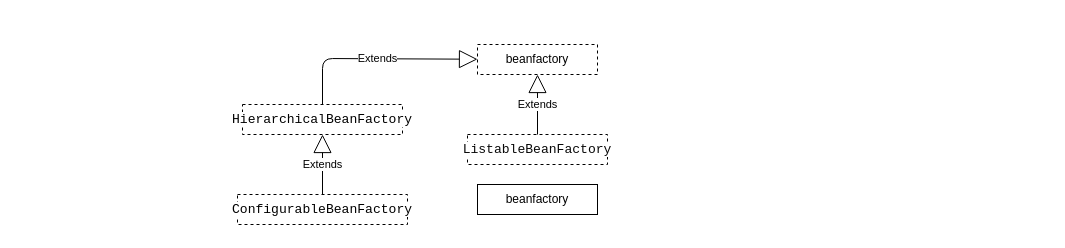
Above: springframework.drawio in haitao1325/testGit (draw.io), before the change. Source tidied: cells renumbered, new cells numbered last; positions are measured from the earlier drawing's top-left corner, leaving out a move shared by most shapes. Both pictures are drawn from the tidied source at 100%, with x=0, y=0 at pixel (237, 44).
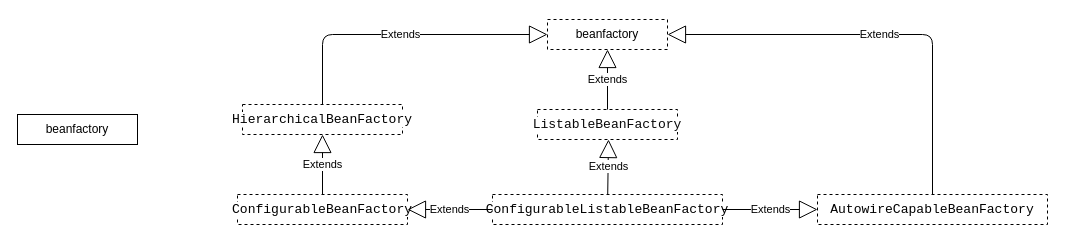
The same diagram, later.

Change to the diagram source:
```diff
@@
 <mxGraphModel>
   <root>
     <mxCell id="0" />
     <mxCell id="1" parent="0" />
     <mxCell id="2" value="beanfactory" style="rounded=0;whiteSpace=wrap;html=1;dashed=1;" parent="1" vertex="1">
-      <mxGeometry x="240" width="120" height="30" as="geometry" />
+      <mxGeometry x="310" y="-25" width="120" height="30" as="geometry" />
     </mxCell>
     <mxCell id="3" value="beanfactory" style="rounded=0;whiteSpace=wrap;html=1;" parent="1" vertex="1">
-      <mxGeometry x="240" y="140" width="120" height="30" as="geometry" />
+      <mxGeometry x="-220" y="70" width="120" height="30" as="geometry" />
     </mxCell>
     <mxCell id="4" value="&lt;pre style=&quot;text-align: left ; background-color: rgb(255 , 255 , 255) ; color: rgb(8 , 8 , 8) ; font-family: &amp;#34;jetbrains mono&amp;#34; , monospace ; font-size: 9.8pt&quot;&gt;ListableBeanFactory&lt;/pre&gt;" style="rounded=0;whiteSpace=wrap;html=1;dashed=1;" parent="1" vertex="1">
-      <mxGeometry x="230" y="90" width="140" height="30" as="geometry" />
+      <mxGeometry x="300" y="65" width="140" height="30" as="geometry" />
     </mxCell>
     <mxCell id="5" value="Extends" style="endArrow=block;endSize=16;endFill=0;html=1;exitX=0.5;exitY=0;exitDx=0;exitDy=0;entryX=0.5;entryY=1;entryDx=0;entryDy=0;" parent="1" edge="1" source="4" target="2">
       <mxGeometry relative="1" as="geometry" />
     </mxCell>
     <mxCell id="6" value="&lt;pre style=&quot;text-align: left ; background-color: rgb(255 , 255 , 255) ; color: rgb(8 , 8 , 8) ; font-family: &amp;#34;jetbrains mono&amp;#34; , monospace ; font-size: 9.8pt&quot;&gt;&lt;span style=&quot;color: rgb(0 , 0 , 0)&quot;&gt;HierarchicalBeanFactory&lt;/span&gt;&lt;/pre&gt;" style="rounded=0;whiteSpace=wrap;html=1;dashed=1;" parent="1" vertex="1">
       <mxGeometry x="5" y="60" width="160" height="30" as="geometry" />
     </mxCell>
     <mxCell id="7" value="&lt;pre style=&quot;text-align: left ; background-color: rgb(255 , 255 , 255) ; color: rgb(8 , 8 , 8) ; font-family: &amp;#34;jetbrains mono&amp;#34; , monospace ; font-size: 9.8pt&quot;&gt;&lt;pre style=&quot;font-family: &amp;#34;jetbrains mono&amp;#34; , monospace ; font-size: 9.8pt&quot;&gt;&lt;span style=&quot;color: rgb(0 , 0 , 0)&quot;&gt;ConfigurableBeanFactory&lt;/span&gt;&lt;/pre&gt;&lt;/pre&gt;" style="rounded=0;whiteSpace=wrap;html=1;dashed=1;" parent="1" vertex="1">
       <mxGeometry y="150" width="170" height="30" as="geometry" />
     </mxCell>
     <mxCell id="8" value="Extends" style="endArrow=block;endSize=16;endFill=0;html=1;entryX=0.5;entryY=1;entryDx=0;entryDy=0;" parent="1" edge="1" source="7" target="6">
       <mxGeometry relative="1" as="geometry" />
     </mxCell>
     <mxCell id="9" value="Extends" style="endArrow=block;endSize=16;endFill=0;html=1;exitX=0.5;exitY=0;exitDx=0;exitDy=0;" parent="1" edge="1" source="6" target="2">
       <mxGeometry relative="1" as="geometry">
         <Array as="points">
-          <mxPoint x="85" y="14" />
+          <mxPoint x="85" y="-10" />
         </Array>
       </mxGeometry>
     </mxCell>
+    <mxCell id="10" value="&lt;pre style=&quot;text-align: left ; background-color: rgb(255 , 255 , 255) ; color: rgb(8 , 8 , 8) ; font-family: &amp;#34;jetbrains mono&amp;#34; , monospace ; font-size: 9.8pt&quot;&gt;&lt;pre style=&quot;font-family: &amp;#34;jetbrains mono&amp;#34; , monospace ; font-size: 9.8pt&quot;&gt;&lt;span style=&quot;color: rgb(0 , 0 , 0)&quot;&gt;ConfigurableListableBeanFactory&lt;/span&gt;&lt;/pre&gt;&lt;/pre&gt;" style="rounded=0;whiteSpace=wrap;html=1;dashed=1;" parent="1" vertex="1">
+      <mxGeometry x="255" y="150" width="230" height="30" as="geometry" />
+    </mxCell>
+    <mxCell id="11" value="Extends" style="endArrow=block;endSize=16;endFill=0;html=1;" parent="1" edge="1" source="10">
+      <mxGeometry relative="1" as="geometry">
+        <mxPoint x="371" y="95" as="targetPoint" />
+      </mxGeometry>
+    </mxCell>
+    <mxCell id="12" value="Extends" style="endArrow=block;endSize=16;endFill=0;html=1;entryX=1;entryY=0.5;entryDx=0;entryDy=0;exitX=0;exitY=0.5;exitDx=0;exitDy=0;" parent="1" edge="1" source="10" target="7">
+      <mxGeometry relative="1" as="geometry" />
+    </mxCell>
+    <mxCell id="13" value="&lt;pre style=&quot;text-align: left ; background-color: rgb(255 , 255 , 255) ; color: rgb(8 , 8 , 8) ; font-family: &amp;#34;jetbrains mono&amp;#34; , monospace ; font-size: 9.8pt&quot;&gt;&lt;pre style=&quot;font-family: &amp;#34;jetbrains mono&amp;#34; , monospace ; font-size: 9.8pt&quot;&gt;&lt;pre style=&quot;font-family: &amp;#34;jetbrains mono&amp;#34; , monospace ; font-size: 9.8pt&quot;&gt;&lt;span style=&quot;color: #000000&quot;&gt;AutowireCapableBeanFactory&lt;/span&gt;&lt;/pre&gt;&lt;/pre&gt;&lt;/pre&gt;" style="rounded=0;whiteSpace=wrap;html=1;dashed=1;" parent="1" vertex="1">
+      <mxGeometry x="580" y="150" width="230" height="30" as="geometry" />
+    </mxCell>
+    <mxCell id="14" value="Extends" style="endArrow=block;endSize=16;endFill=0;html=1;exitX=0.5;exitY=0;exitDx=0;exitDy=0;entryX=1;entryY=0.5;entryDx=0;entryDy=0;" parent="1" edge="1" source="13" target="2">
+      <mxGeometry relative="1" as="geometry">
+        <Array as="points">
+          <mxPoint x="695" y="-10" />
+        </Array>
+      </mxGeometry>
+    </mxCell>
+    <mxCell id="15" value="Extends" style="endArrow=block;endSize=16;endFill=0;html=1;exitX=1;exitY=0.5;exitDx=0;exitDy=0;entryX=0;entryY=0.5;entryDx=0;entryDy=0;" parent="1" edge="1" source="10" target="13">
+      <mxGeometry relative="1" as="geometry" />
+    </mxCell>
   </root>
 </mxGraphModel>
```
